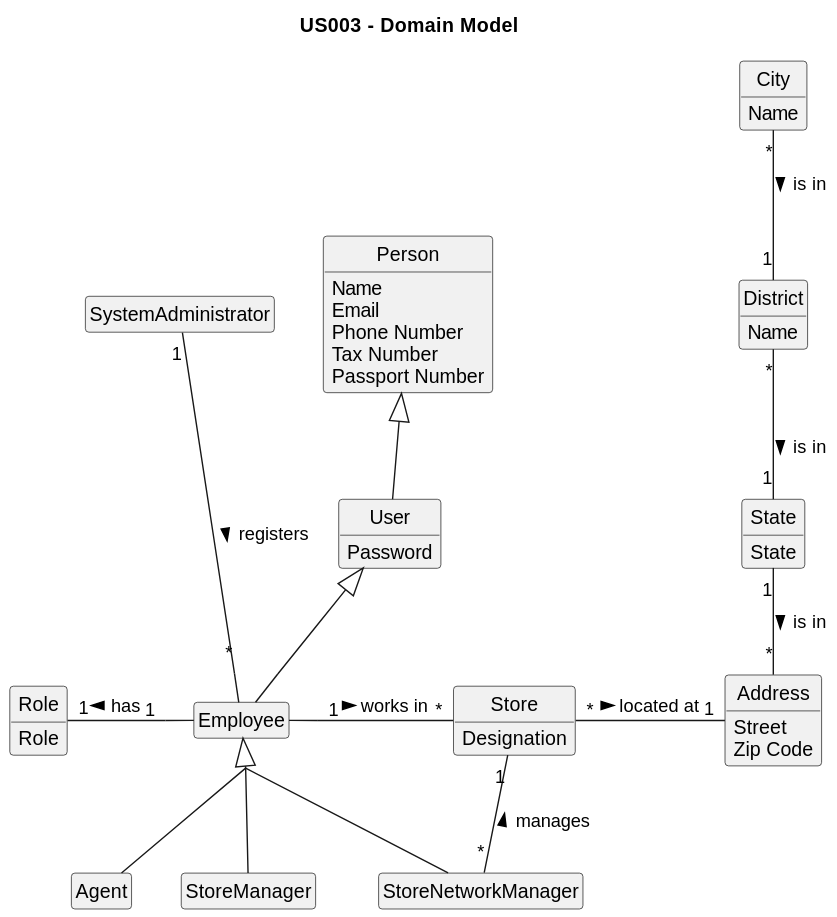
Above: docs/sprintB/US03/02.analysis/svg/us03-domain-model.svg in PureNimble/ISEP-LAPR2 (PlantUML), before the change. Source of this version:
```plantuml
@startuml

title US003 - Domain Model

skinparam monochrome true
skinparam packageStyle rectangle
skinparam shadowing false
hide empty members
skinparam groupInheritance 3
hide circle

class SystemAdministrator

class User

class Employee

class Role

class SystemAdministrator

class Agent

class StoreManager

class StoreNetworkManager

class Store

class Address

class Person

class Person{
Name
Email
Phone Number
Tax Number
Passport Number
}


class User{
Password
}

class Role {
Role
}

class Store {
Designation

}

class Address {
Street
Zip Code
}

class District{
Name
}

class City{
Name
}

class State{
State
}

class SystemAdministrator {
}

class Employee {

}



Person <|-- User


User <|-- Employee

Employee <|-- Agent
Employee <|-- StoreNetworkManager
Employee <|-- StoreManager

SystemAdministrator "1" --- "*" Employee: registers >


Store "*" - "1" Address : located at >
Employee "1" - "*" Store : works in >

Employee "1" -left "1" Role : has >

Store "1" -- "*" StoreNetworkManager : manages <

State "1" -- "*" Address : is in >

District "*" -- "1" State : is in >

City "*" -- "1" District :is in >
@enduml
```
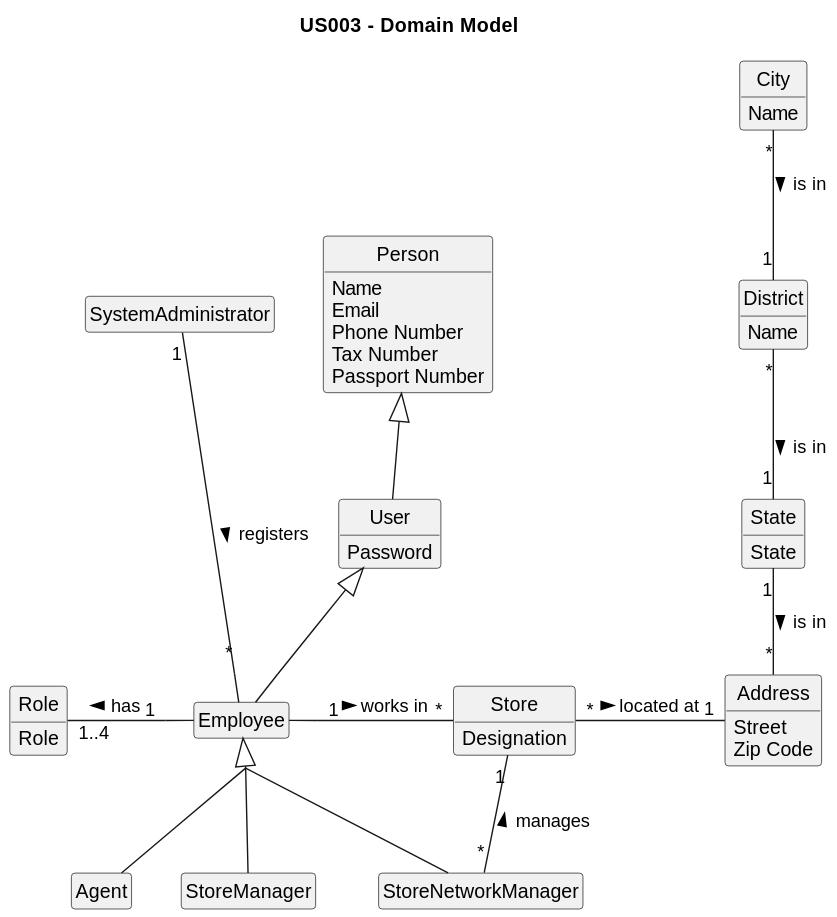
Above is the later version.

Change to the diagram source:
```diff
@@ -94,7 +94,7 @@
 Store "*" - "1" Address : located at >
 Employee "1" - "*" Store : works in >
 
-Employee "1" -left "1" Role : has >
+Employee "1" -left "1..4" Role : has >
 
 Store "1" -- "*" StoreNetworkManager : manages <
 
```
